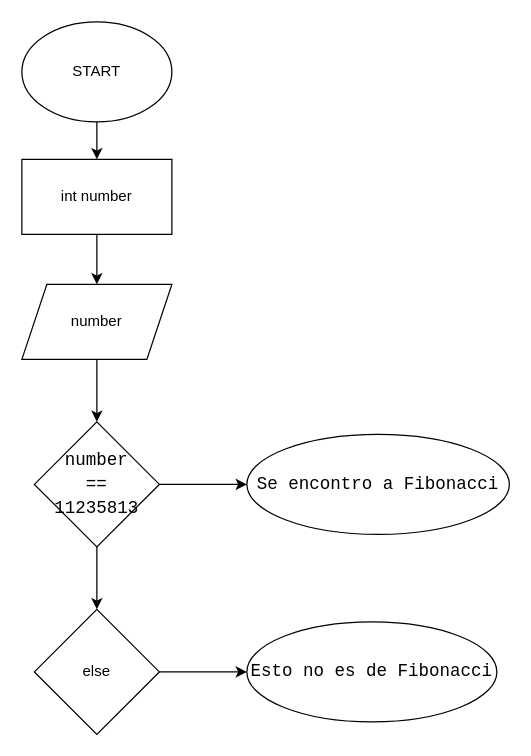
The draw.io diagram Práctico 1 Ejercicio 11.drawio in Kal222000/Diagramas-De-Flujo, before the edit. Source tidied: cells renumbered, new cells numbered last; positions are measured from the earlier drawing's top-left corner, leaving out a move shared by most shapes. Both pictures are drawn from the tidied source at 125%, with x=0, y=0 at pixel (21, 21).
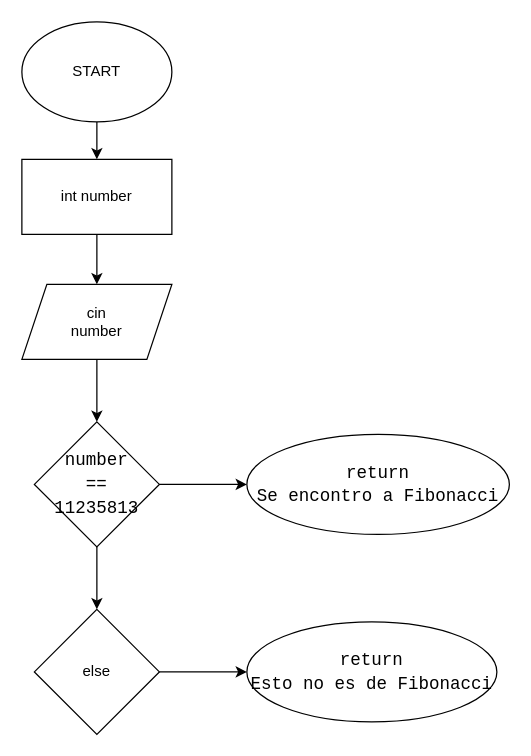
Above is the later version.

The edit, as a diff of the source:
```diff
@@
 <mxGraphModel>
   <root>
     <mxCell id="0" />
     <mxCell id="1" parent="0" />
     <mxCell id="2" value="START" style="ellipse;whiteSpace=wrap;html=1;" parent="1" vertex="1">
       <mxGeometry width="120" height="80" as="geometry" />
     </mxCell>
     <mxCell id="3" style="endArrow=classic;html=1;rounded=0;exitX=0.5;exitY=1;exitDx=0;exitDy=0;" parent="1" edge="1" source="2">
       <mxGeometry relative="1" as="geometry">
         <mxPoint x="60" y="110" as="targetPoint" />
       </mxGeometry>
     </mxCell>
-    <mxCell id="4" value="number" style="shape=parallelogram;perimeter=parallelogramPerimeter;whiteSpace=wrap;html=1;fixedSize=1;" parent="1" vertex="1">
+    <mxCell id="4" value="cin&lt;div&gt;number&lt;/div&gt;" style="shape=parallelogram;perimeter=parallelogramPerimeter;whiteSpace=wrap;html=1;fixedSize=1;" parent="1" vertex="1">
       <mxGeometry y="210" width="120" height="60" as="geometry" />
     </mxCell>
     <mxCell id="5" value="int number" style="rounded=0;whiteSpace=wrap;html=1;" parent="1" vertex="1">
       <mxGeometry y="110" width="120" height="60" as="geometry" />
     </mxCell>
     <mxCell id="6" style="endArrow=classic;html=1;rounded=0;exitX=0.5;exitY=1;exitDx=0;exitDy=0;" parent="1" edge="1" source="5">
       <mxGeometry relative="1" as="geometry">
         <mxPoint x="60" y="210" as="targetPoint" />
       </mxGeometry>
     </mxCell>
     <mxCell id="7" value="&lt;br&gt;&lt;div style=&quot;font-family: Consolas, &amp;quot;Courier New&amp;quot;, monospace; font-weight: normal; font-size: 14px; line-height: 19px; white-space: pre;&quot;&gt;&lt;div&gt;number&lt;/div&gt;&lt;div&gt;==&lt;/div&gt;&lt;div&gt;11235813&lt;/div&gt;&lt;/div&gt;&lt;div&gt;&lt;br&gt;&lt;/div&gt;" style="rhombus;whiteSpace=wrap;html=1;" parent="1" vertex="1">
       <mxGeometry x="10" y="320" width="100" height="100" as="geometry" />
     </mxCell>
     <mxCell id="8" style="endArrow=classic;html=1;rounded=0;exitX=0.5;exitY=1;exitDx=0;exitDy=0;" parent="1" edge="1" source="4" target="7">
       <mxGeometry relative="1" as="geometry" />
     </mxCell>
     <mxCell id="9" style="endArrow=classic;html=1;rounded=0;exitX=1;exitY=0.5;exitDx=0;exitDy=0;" parent="1" edge="1" source="7">
       <mxGeometry relative="1" as="geometry">
         <mxPoint x="180" y="370" as="targetPoint" />
       </mxGeometry>
     </mxCell>
     <mxCell id="10" value="&lt;div&gt;else&lt;/div&gt;" style="rhombus;whiteSpace=wrap;html=1;" parent="1" vertex="1">
       <mxGeometry x="10" y="470" width="100" height="100" as="geometry" />
     </mxCell>
     <mxCell id="11" style="endArrow=classic;html=1;rounded=0;exitX=0.5;exitY=1;exitDx=0;exitDy=0;" parent="1" edge="1" target="10">
       <mxGeometry relative="1" as="geometry">
         <mxPoint x="60" y="420" as="sourcePoint" />
       </mxGeometry>
     </mxCell>
     <mxCell id="12" style="endArrow=classic;html=1;rounded=0;exitX=1;exitY=0.5;exitDx=0;exitDy=0;" parent="1" edge="1" source="10">
       <mxGeometry relative="1" as="geometry">
         <mxPoint x="180" y="520" as="targetPoint" />
       </mxGeometry>
     </mxCell>
-    <mxCell id="13" value="&lt;br&gt;&lt;div style=&quot;font-family: Consolas, &amp;quot;Courier New&amp;quot;, monospace; font-weight: normal; font-size: 14px; line-height: 19px; white-space: pre;&quot;&gt;&lt;div&gt;Se encontro a Fibonacci&lt;/div&gt;&lt;/div&gt;&lt;div&gt;&lt;br/&gt;&lt;/div&gt;" style="ellipse;whiteSpace=wrap;html=1;" parent="1" vertex="1">
+    <mxCell id="13" value="&lt;br&gt;&lt;div style=&quot;font-family: Consolas, &amp;quot;Courier New&amp;quot;, monospace; font-weight: normal; font-size: 14px; line-height: 19px; white-space: pre;&quot;&gt;&lt;div&gt;return&lt;/div&gt;&lt;div&gt;Se encontro a Fibonacci&lt;/div&gt;&lt;/div&gt;&lt;div&gt;&lt;br&gt;&lt;/div&gt;" style="ellipse;whiteSpace=wrap;html=1;" parent="1" vertex="1">
       <mxGeometry x="180" y="330" width="210" height="80" as="geometry" />
     </mxCell>
-    <mxCell id="14" value="&lt;br&gt;&lt;div style=&quot;font-family: Consolas, &amp;quot;Courier New&amp;quot;, monospace; font-weight: normal; font-size: 14px; line-height: 19px; white-space: pre;&quot;&gt;&lt;div&gt;Esto no es de Fibonacci&lt;/div&gt;&lt;/div&gt;&lt;div&gt;&lt;br/&gt;&lt;/div&gt;" style="ellipse;whiteSpace=wrap;html=1;" parent="1" vertex="1">
+    <mxCell id="14" value="&lt;br&gt;&lt;div style=&quot;font-family: Consolas, &amp;quot;Courier New&amp;quot;, monospace; font-weight: normal; font-size: 14px; line-height: 19px; white-space: pre;&quot;&gt;&lt;div&gt;return&lt;/div&gt;&lt;div&gt;Esto no es de Fibonacci&lt;/div&gt;&lt;/div&gt;&lt;div&gt;&lt;br&gt;&lt;/div&gt;" style="ellipse;whiteSpace=wrap;html=1;" parent="1" vertex="1">
       <mxGeometry x="180" y="480" width="200" height="80" as="geometry" />
     </mxCell>
   </root>
 </mxGraphModel>
```
